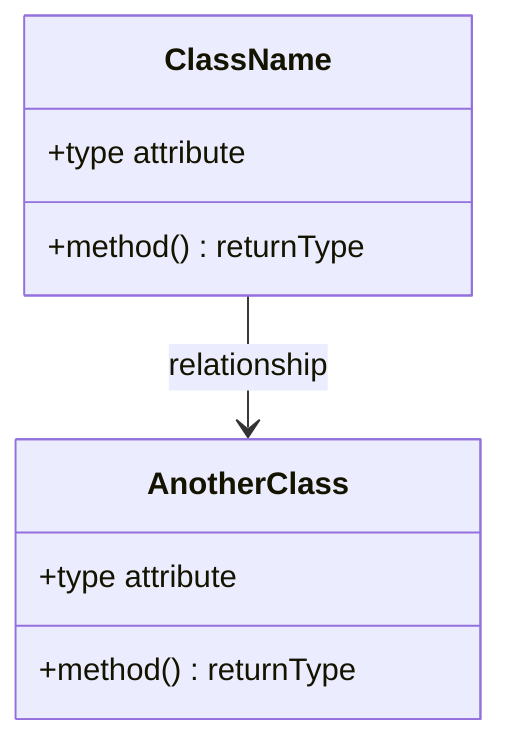
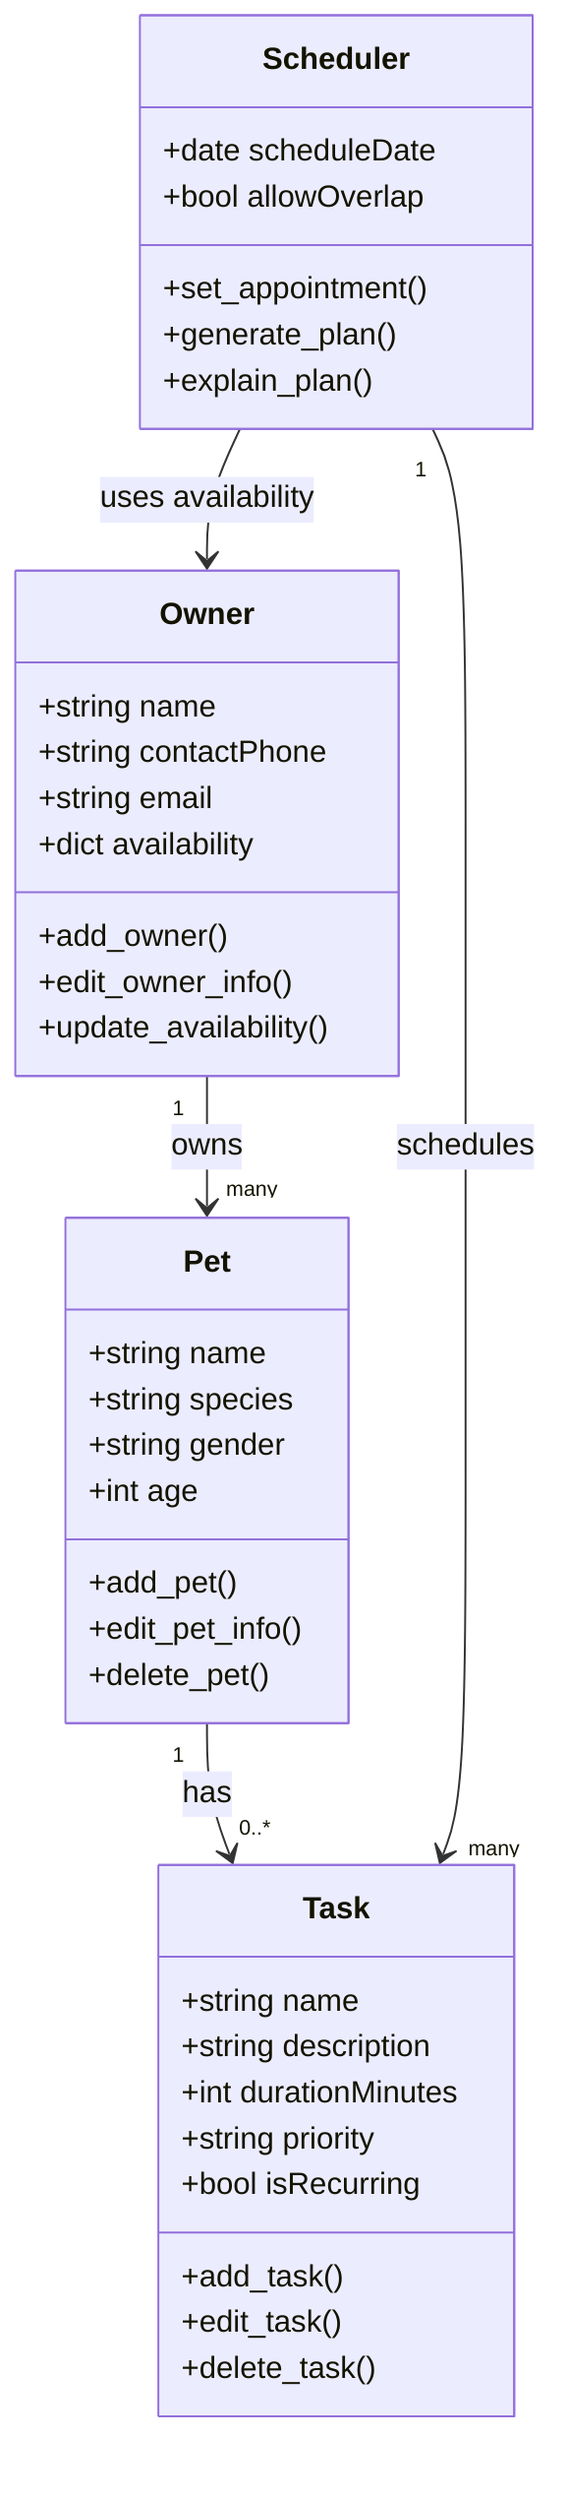
classDiagram
-     %% Replace the placeholders below with your actual classes, attributes, methods, and relationships.
-     %% Keep this file updated so it matches your final implementation.
- 
-     class ClassName {
-         +type attribute
-         +method() returnType
+     class Owner {
+         +string name
+         +string contactPhone
+         +string email
+         +dict availability
+         +add_owner()
+         +edit_owner_info()
+         +update_availability()
    }

-     class AnotherClass {
-         +type attribute
-         +method() returnType
+     class Pet {
+         +string name
+         +string species
+         +string gender
+         +int age
+         +add_pet()
+         +edit_pet_info()
+         +delete_pet()
    }

-     ClassName --> AnotherClass : relationship
+     class Task {
+         +string name
+         +string description
+         +int durationMinutes
+         +string priority
+         +bool isRecurring
+         +add_task()
+         +edit_task()
+         +delete_task()
+     }
+ 
+     class Scheduler {
+         +date scheduleDate
+         +bool allowOverlap
+         +set_appointment()
+         +generate_plan()
+         +explain_plan()
+     }
+ 
+     Owner "1" --> "many" Pet : owns
+     Pet "1" --> "0..*" Task : has
+     Scheduler "1" --> "many" Task : schedules
+     Scheduler --> Owner : uses availability
